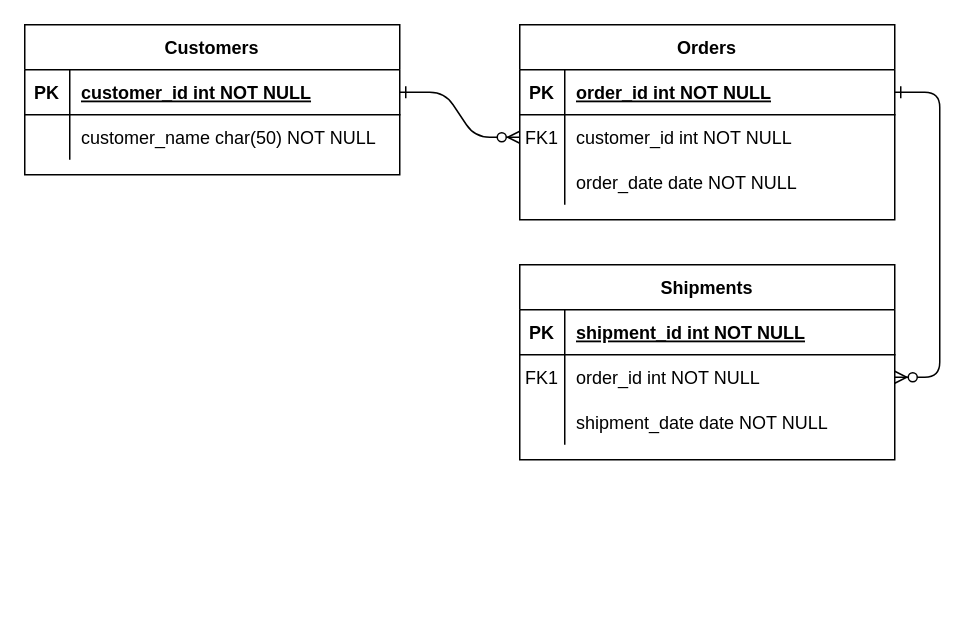
This is Untitled Diagram.drawio from almahsol19/TaskManagementAPI, a draw.io file, before an edit. Source tidied: cells renumbered, new cells numbered last; positions are measured from the earlier drawing's top-left corner, leaving out a move shared by most shapes. Both pictures are drawn from the tidied source at 150%, with x=0, y=0 at pixel (24, 24).
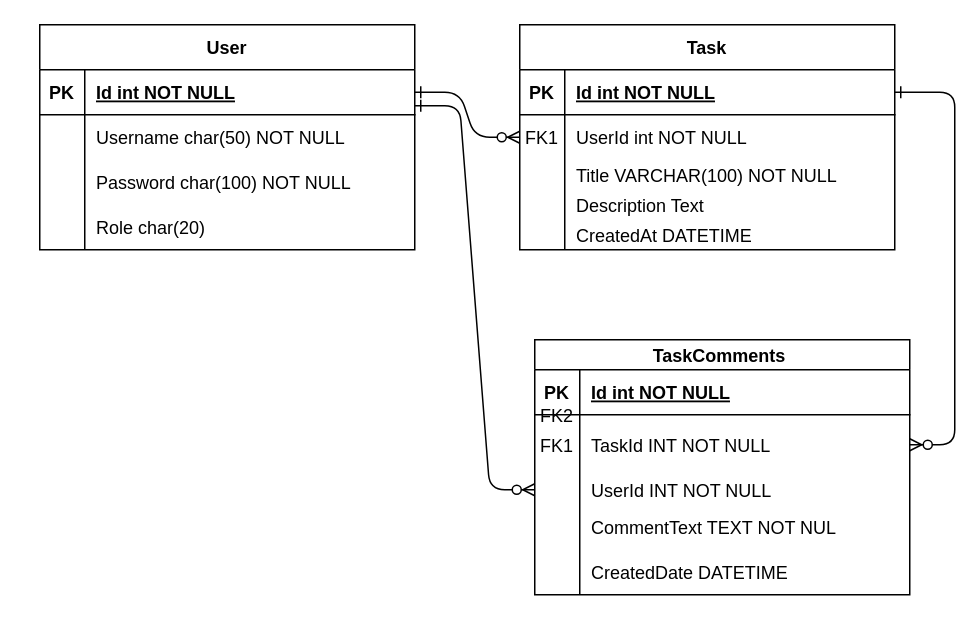
The same page after the edit.

The change refers to these unchanged cells:
```xml
<mxCell id="5" style="shape=partialRectangle;fillColor=none;points=[[0,0.5],[1,0.5]];portConstraint=eastwest;top=0;left=0;right=0;bottom=1;" parent="4" vertex="1">
  <mxGeometry y="30" width="250" height="30" as="geometry" />
</mxCell>
<mxCell id="8" style="shape=partialRectangle;fillColor=none;points=[[0,0.5],[1,0.5]];portConstraint=eastwest;top=0;left=0;right=0;bottom=0;" parent="4" vertex="1">
  <mxGeometry y="60" width="250" height="30" as="geometry" />
</mxCell>
```

The edit, as a diff of the source:
```diff
@@
-    <mxCell id="2" style="edgeStyle=entityRelationEdgeStyle;endArrow=ERzeroToMany;startArrow=ERone;endFill=1;startFill=0;" parent="1" edge="1" source="25" target="8">
-      <mxGeometry relative="1" as="geometry" />
+    <mxCell id="2" style="edgeStyle=entityRelationEdgeStyle;endArrow=ERzeroToMany;startArrow=ERone;endFill=1;startFill=0;" parent="1" edge="1" target="8">
+      <mxGeometry relative="1" as="geometry">
+        <mxPoint x="260" y="45" as="sourcePoint" />
+      </mxGeometry>
     </mxCell>
@@
-    <mxCell id="4" value="Orders" style="shape=table;startSize=30;childLayout=tableLayout;rowLines=0;fontStyle=1;align=center;" parent="1" vertex="1">
-      <mxGeometry x="330" width="250" height="130" as="geometry" />
+    <mxCell id="4" value="Task" style="shape=table;startSize=30;childLayout=tableLayout;rowLines=0;fontStyle=1;align=center;" parent="1" vertex="1">
+      <mxGeometry x="330" width="250" height="150" as="geometry" />
     </mxCell>
@@
-    <mxCell id="7" value="order_id int NOT NULL " style="shape=partialRectangle;overflow=hidden;fillColor=none;top=0;left=0;bottom=0;right=0;align=left;spacingLeft=6;fontStyle=5;" parent="5" vertex="1">
+    <mxCell id="7" value="Id int NOT NULL " style="shape=partialRectangle;overflow=hidden;fillColor=none;top=0;left=0;bottom=0;right=0;align=left;spacingLeft=6;fontStyle=5;" parent="5" vertex="1">
       <mxGeometry x="30" width="220" height="30" as="geometry" />
     </mxCell>
@@
-    <mxCell id="10" value="customer_id int NOT NULL" style="shape=partialRectangle;overflow=hidden;fillColor=none;top=0;left=0;bottom=0;right=0;align=left;spacingLeft=6;" parent="8" vertex="1">
+    <mxCell id="10" value="UserId int NOT NULL" style="shape=partialRectangle;overflow=hidden;fillColor=none;top=0;left=0;bottom=0;right=0;align=left;spacingLeft=6;" parent="8" vertex="1">
       <mxGeometry x="30" width="220" height="30" as="geometry" />
     </mxCell>
     <mxCell id="11" style="shape=partialRectangle;fillColor=none;top=0;left=0;right=0;bottom=0;" parent="4" vertex="1">
-      <mxGeometry y="90" width="250" height="30" as="geometry" />
+      <mxGeometry y="90" width="250" height="20" as="geometry" />
     </mxCell>
     <mxCell id="12" style="shape=partialRectangle;overflow=hidden;fillColor=none;top=0;left=0;bottom=0;right=0;" parent="11" vertex="1">
-      <mxGeometry width="30" height="30" as="geometry" />
+      <mxGeometry width="30" height="20" as="geometry" />
     </mxCell>
-    <mxCell id="13" value="order_date date NOT NULL" style="shape=partialRectangle;overflow=hidden;fillColor=none;top=0;left=0;bottom=0;right=0;align=left;spacingLeft=6;" parent="11" vertex="1">
-      <mxGeometry x="30" width="220" height="30" as="geometry" />
+    <mxCell id="13" value="Title VARCHAR(100) NOT NULL" style="shape=partialRectangle;overflow=hidden;fillColor=none;top=0;left=0;bottom=0;right=0;align=left;spacingLeft=6;" parent="11" vertex="1">
+      <mxGeometry x="30" width="220" height="20" as="geometry" />
     </mxCell>
+    <mxCell id="31" style="shape=partialRectangle;fillColor=none;top=0;left=0;right=0;bottom=0;" parent="4" vertex="1">
+      <mxGeometry y="110" width="250" height="20" as="geometry" />
+    </mxCell>
+    <mxCell id="32" style="shape=partialRectangle;overflow=hidden;fillColor=none;top=0;left=0;bottom=0;right=0;" parent="31" vertex="1">
+      <mxGeometry width="30" height="20" as="geometry" />
+    </mxCell>
+    <mxCell id="33" value="Description Text" style="shape=partialRectangle;overflow=hidden;fillColor=none;top=0;left=0;bottom=0;right=0;align=left;spacingLeft=6;" parent="31" vertex="1">
+      <mxGeometry x="30" width="220" height="20" as="geometry" />
+    </mxCell>
+    <mxCell id="34" style="shape=partialRectangle;fillColor=none;top=0;left=0;right=0;bottom=0;" parent="4" vertex="1">
+      <mxGeometry y="130" width="250" height="20" as="geometry" />
+    </mxCell>
+    <mxCell id="35" style="shape=partialRectangle;overflow=hidden;fillColor=none;top=0;left=0;bottom=0;right=0;" parent="34" vertex="1">
+      <mxGeometry width="30" height="20" as="geometry" />
+    </mxCell>
+    <mxCell id="36" value="CreatedAt DATETIME" style="shape=partialRectangle;overflow=hidden;fillColor=none;top=0;left=0;bottom=0;right=0;align=left;spacingLeft=6;" parent="34" vertex="1">
+      <mxGeometry x="30" width="220" height="20" as="geometry" />
+    </mxCell>
+    <mxCell id="24" value="User" style="shape=table;startSize=30;childLayout=tableLayout;rowLines=0;fontStyle=1;align=center;" parent="1" vertex="1">
+      <mxGeometry x="10" width="250" height="150" as="geometry" />
+    </mxCell>
+    <mxCell id="25" style="shape=partialRectangle;fillColor=none;points=[[0,0.5],[1,0.5]];portConstraint=eastwest;top=0;left=0;right=0;bottom=1;" parent="24" vertex="1">
+      <mxGeometry y="30" width="250" height="30" as="geometry" />
+    </mxCell>
+    <mxCell id="26" value="PK" style="shape=partialRectangle;overflow=hidden;fillColor=none;top=0;left=0;bottom=0;right=0;fontStyle=1;" parent="25" vertex="1">
+      <mxGeometry width="30" height="30" as="geometry" />
+    </mxCell>
+    <mxCell id="27" value="Id int NOT NULL " style="shape=partialRectangle;overflow=hidden;fillColor=none;top=0;left=0;bottom=0;right=0;align=left;spacingLeft=6;fontStyle=5;" parent="25" vertex="1">
+      <mxGeometry x="30" width="220" height="30" as="geometry" />
+    </mxCell>
+    <mxCell id="28" style="shape=partialRectangle;fillColor=none;top=0;left=0;right=0;bottom=0;" parent="24" vertex="1">
+      <mxGeometry y="60" width="250" height="30" as="geometry" />
+    </mxCell>
+    <mxCell id="29" style="shape=partialRectangle;overflow=hidden;fillColor=none;top=0;left=0;bottom=0;right=0;" parent="28" vertex="1">
+      <mxGeometry width="30" height="30" as="geometry" />
+    </mxCell>
+    <mxCell id="30" value="Username char(50) NOT NULL" style="shape=partialRectangle;overflow=hidden;fillColor=none;top=0;left=0;bottom=0;right=0;align=left;spacingLeft=6;" parent="28" vertex="1">
+      <mxGeometry x="30" width="220" height="30" as="geometry" />
+    </mxCell>
+    <mxCell id="37" style="shape=partialRectangle;fillColor=none;top=0;left=0;right=0;bottom=0;" parent="24" vertex="1">
+      <mxGeometry y="90" width="250" height="30" as="geometry" />
+    </mxCell>
+    <mxCell id="38" style="shape=partialRectangle;overflow=hidden;fillColor=none;top=0;left=0;bottom=0;right=0;" parent="37" vertex="1">
+      <mxGeometry width="30" height="30" as="geometry" />
+    </mxCell>
+    <mxCell id="39" value="Password char(100) NOT NULL" style="shape=partialRectangle;overflow=hidden;fillColor=none;top=0;left=0;bottom=0;right=0;align=left;spacingLeft=6;" parent="37" vertex="1">
+      <mxGeometry x="30" width="220" height="30" as="geometry" />
+    </mxCell>
+    <mxCell id="40" style="shape=partialRectangle;fillColor=none;top=0;left=0;right=0;bottom=0;" parent="24" vertex="1">
+      <mxGeometry y="120" width="250" height="30" as="geometry" />
+    </mxCell>
+    <mxCell id="41" style="shape=partialRectangle;overflow=hidden;fillColor=none;top=0;left=0;bottom=0;right=0;" parent="40" vertex="1">
+      <mxGeometry width="30" height="30" as="geometry" />
+    </mxCell>
+    <mxCell id="42" value="Role char(20)" style="shape=partialRectangle;overflow=hidden;fillColor=none;top=0;left=0;bottom=0;right=0;align=left;spacingLeft=6;" parent="40" vertex="1">
+      <mxGeometry x="30" width="220" height="30" as="geometry" />
+    </mxCell>
+    <mxCell id="43" style="edgeStyle=entityRelationEdgeStyle;endArrow=ERzeroToMany;startArrow=ERone;endFill=1;startFill=0;entryX=0;entryY=0.5;entryDx=0;entryDy=0;" parent="1" edge="1" target="21">
+      <mxGeometry relative="1" as="geometry">
+        <mxPoint x="260" y="54" as="sourcePoint" />
+        <Array as="points">
+          <mxPoint x="-328" y="80" />
+          <mxPoint x="-28" y="250" />
+          <mxPoint x="-98" y="190" />
+          <mxPoint x="-308" y="170" />
+          <mxPoint x="-58" y="40" />
+          <mxPoint x="-338" y="170" />
+        </Array>
+      </mxGeometry>
+    </mxCell>
-    <mxCell id="14" value="Shipments" style="shape=table;startSize=30;childLayout=tableLayout;rowLines=0;fontStyle=1;align=center;" parent="1" vertex="1">
-      <mxGeometry x="330" y="160" width="250" height="130" as="geometry" />
+    <mxCell id="14" value="TaskComments " style="shape=table;startSize=20;childLayout=tableLayout;rowLines=0;fontStyle=1;align=center;" parent="1" vertex="1">
+      <mxGeometry x="340" y="210" width="250" height="170" as="geometry" />
     </mxCell>
     <mxCell id="15" style="shape=partialRectangle;fillColor=none;top=0;left=0;right=0;bottom=1;" parent="14" vertex="1">
-      <mxGeometry y="30" width="250" height="30" as="geometry" />
+      <mxGeometry y="20" width="250" height="30" as="geometry" />
     </mxCell>
@@
-    <mxCell id="17" value="shipment_id int NOT NULL " style="shape=partialRectangle;overflow=hidden;fillColor=none;top=0;left=0;bottom=0;right=0;align=left;spacingLeft=6;fontStyle=5;" parent="15" vertex="1">
+    <mxCell id="17" value="Id int NOT NULL " style="shape=partialRectangle;overflow=hidden;fillColor=none;top=0;left=0;bottom=0;right=0;align=left;spacingLeft=6;fontStyle=5;" parent="15" vertex="1">
       <mxGeometry x="30" width="220" height="30" as="geometry" />
     </mxCell>
     <mxCell id="18" style="shape=partialRectangle;fillColor=none;points=[[0,0.5],[1,0.5]];portConstraint=eastwest;top=0;left=0;right=0;bottom=0;" parent="14" vertex="1">
-      <mxGeometry y="60" width="250" height="30" as="geometry" />
+      <mxGeometry y="50" width="250" height="40" as="geometry" />
     </mxCell>
     <mxCell id="19" value="FK1" style="shape=partialRectangle;overflow=hidden;fillColor=none;top=0;left=0;bottom=0;right=0;" parent="18" vertex="1">
-      <mxGeometry width="30" height="30" as="geometry" />
+      <mxGeometry width="30" height="40" as="geometry" />
     </mxCell>
-    <mxCell id="20" value="order_id int NOT NULL" style="shape=partialRectangle;overflow=hidden;fillColor=none;top=0;left=0;bottom=0;right=0;align=left;spacingLeft=6;" parent="18" vertex="1">
-      <mxGeometry x="30" width="220" height="30" as="geometry" />
+    <mxCell id="20" value="TaskId INT NOT NULL" style="shape=partialRectangle;overflow=hidden;fillColor=none;top=0;left=0;bottom=0;right=0;align=left;spacingLeft=6;" parent="18" vertex="1">
+      <mxGeometry x="30" width="220" height="40" as="geometry" />
     </mxCell>
     <mxCell id="21" style="shape=partialRectangle;fillColor=none;points=[[0,0.5],[1,0.5]];portConstraint=eastwest;top=0;left=0;right=0;bottom=0;" parent="14" vertex="1">
-      <mxGeometry y="90" width="250" height="30" as="geometry" />
+      <mxGeometry y="90" width="250" height="20" as="geometry" />
     </mxCell>
     <mxCell id="22" style="shape=partialRectangle;overflow=hidden;fillColor=none;top=0;left=0;bottom=0;right=0;" parent="21" vertex="1">
-      <mxGeometry width="30" height="30" as="geometry" />
+      <mxGeometry width="30" height="20" as="geometry" />
     </mxCell>
-    <mxCell id="23" value="shipment_date date NOT NULL" style="shape=partialRectangle;overflow=hidden;fillColor=none;top=0;left=0;bottom=0;right=0;align=left;spacingLeft=6;" parent="21" vertex="1">
-      <mxGeometry x="30" width="220" height="30" as="geometry" />
+    <mxCell id="23" value="UserId INT NOT NULL" style="shape=partialRectangle;overflow=hidden;fillColor=none;top=0;left=0;bottom=0;right=0;align=left;spacingLeft=6;" parent="21" vertex="1">
+      <mxGeometry x="30" width="220" height="20" as="geometry" />
     </mxCell>
-    <mxCell id="24" value="Customers" style="shape=table;startSize=30;childLayout=tableLayout;rowLines=0;fontStyle=1;align=center;" parent="1" vertex="1">
-      <mxGeometry width="250" height="100" as="geometry" />
-    </mxCell>
-    <mxCell id="25" style="shape=partialRectangle;fillColor=none;points=[[0,0.5],[1,0.5]];portConstraint=eastwest;top=0;left=0;right=0;bottom=1;" parent="24" vertex="1">
-      <mxGeometry y="30" width="250" height="30" as="geometry" />
-    </mxCell>
-    <mxCell id="26" value="PK" style="shape=partialRectangle;overflow=hidden;fillColor=none;top=0;left=0;bottom=0;right=0;fontStyle=1;" parent="25" vertex="1">
-      <mxGeometry width="30" height="30" as="geometry" />
-    </mxCell>
-    <mxCell id="27" value="customer_id int NOT NULL " style="shape=partialRectangle;overflow=hidden;fillColor=none;top=0;left=0;bottom=0;right=0;align=left;spacingLeft=6;fontStyle=5;" parent="25" vertex="1">
-      <mxGeometry x="30" width="220" height="30" as="geometry" />
-    </mxCell>
-    <mxCell id="28" style="shape=partialRectangle;fillColor=none;top=0;left=0;right=0;bottom=0;" parent="24" vertex="1">
-      <mxGeometry y="60" width="250" height="30" as="geometry" />
-    </mxCell>
-    <mxCell id="29" style="shape=partialRectangle;overflow=hidden;fillColor=none;top=0;left=0;bottom=0;right=0;" parent="28" vertex="1">
-      <mxGeometry width="30" height="30" as="geometry" />
-    </mxCell>
-    <mxCell id="30" value="customer_name char(50) NOT NULL" style="shape=partialRectangle;overflow=hidden;fillColor=none;top=0;left=0;bottom=0;right=0;align=left;spacingLeft=6;" parent="28" vertex="1">
-      <mxGeometry x="30" width="220" height="30" as="geometry" />
-    </mxCell>
+    <mxCell id="44" style="shape=partialRectangle;fillColor=none;top=0;left=0;right=0;bottom=0;" parent="14" vertex="1">
+      <mxGeometry y="110" width="250" height="30" as="geometry" />
+    </mxCell>
+    <mxCell id="45" style="shape=partialRectangle;overflow=hidden;fillColor=none;top=0;left=0;bottom=0;right=0;" parent="44" vertex="1">
+      <mxGeometry width="30" height="30" as="geometry" />
+    </mxCell>
+    <mxCell id="46" value="CommentText TEXT NOT NUL" style="shape=partialRectangle;overflow=hidden;fillColor=none;top=0;left=0;bottom=0;right=0;align=left;spacingLeft=6;" parent="44" vertex="1">
+      <mxGeometry x="30" width="220" height="30" as="geometry" />
+    </mxCell>
+    <mxCell id="47" style="shape=partialRectangle;fillColor=none;top=0;left=0;right=0;bottom=0;" parent="14" vertex="1">
+      <mxGeometry y="140" width="250" height="30" as="geometry" />
+    </mxCell>
+    <mxCell id="48" style="shape=partialRectangle;overflow=hidden;fillColor=none;top=0;left=0;bottom=0;right=0;" parent="47" vertex="1">
+      <mxGeometry width="30" height="30" as="geometry" />
+    </mxCell>
+    <mxCell id="49" value="CreatedDate DATETIME" style="shape=partialRectangle;overflow=hidden;fillColor=none;top=0;left=0;bottom=0;right=0;align=left;spacingLeft=6;" parent="47" vertex="1">
+      <mxGeometry x="30" width="220" height="30" as="geometry" />
+    </mxCell>
+    <mxCell id="50" value="FK2" style="shape=partialRectangle;overflow=hidden;fillColor=none;top=0;left=0;bottom=0;right=0;" parent="1" vertex="1">
+      <mxGeometry x="340" y="240" width="30" height="40" as="geometry" />
+    </mxCell>
```
